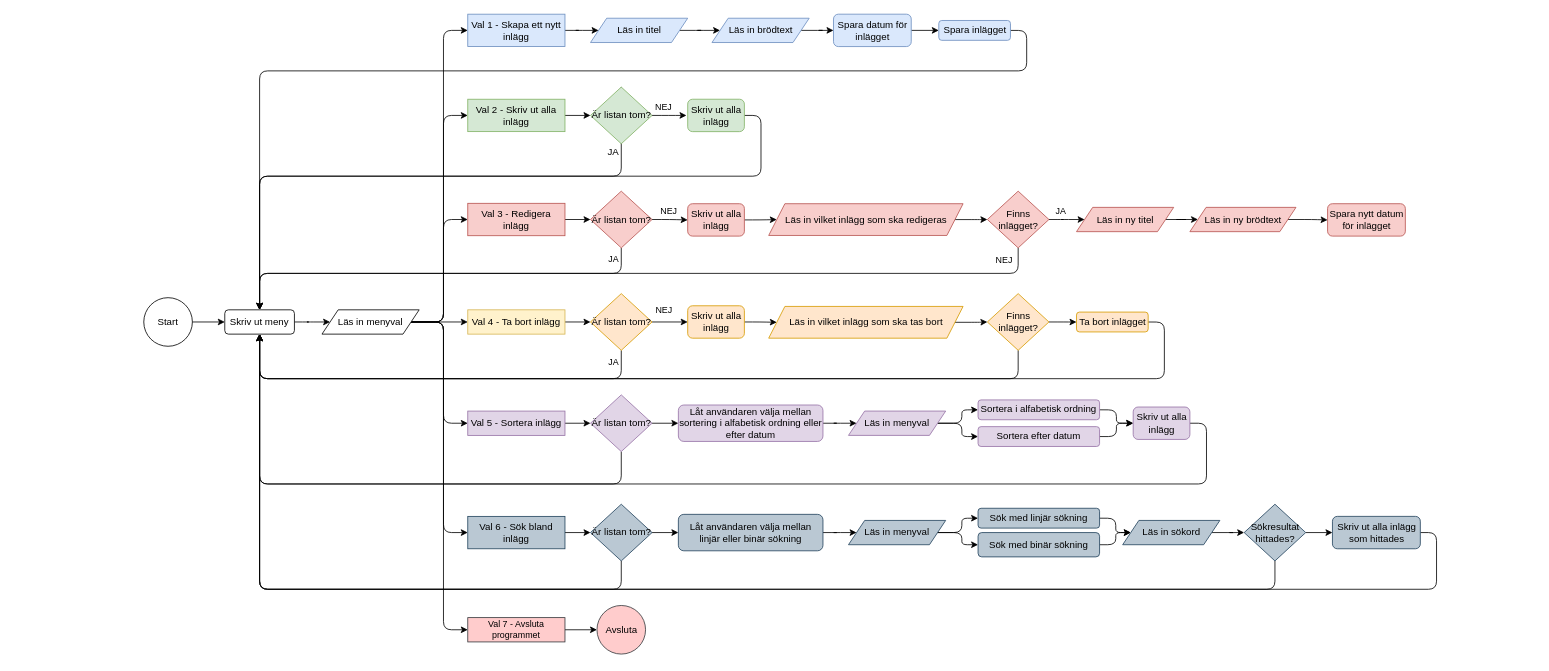
Before: Bloggen.drawio in JakeBow/shopping-list, a draw.io diagram. Source tidied: cells renumbered, new cells numbered last; positions are measured from the earlier drawing's top-left corner, leaving out a move shared by most shapes. Both pictures are drawn from the tidied source at 81%, with x=0, y=0 at pixel (143, 14).
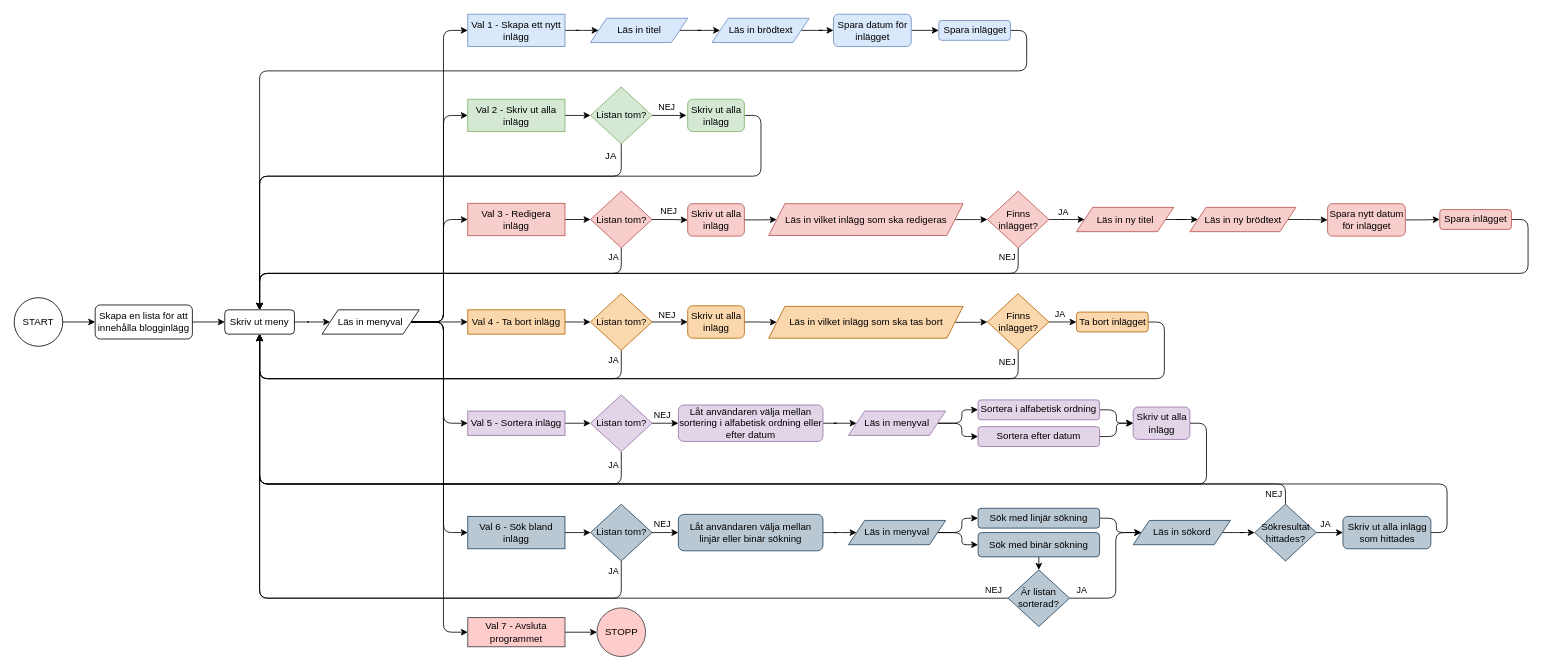
The same diagram, later.

Unchanged cells that the change refers to:
```xml
<mxCell id="3" value="Skriv ut meny" style="rounded=1;whiteSpace=wrap;html=1;fontSize=12;glass=0;strokeWidth=1;shadow=0;" parent="1" vertex="1">
  <mxGeometry x="100" y="365" width="86" height="30" as="geometry" />
</mxCell>
<mxCell id="93" value="Sök med binär sökning" style="rounded=1;whiteSpace=wrap;html=1;fillColor=#bac8d3;strokeColor=#23445d;" parent="1" vertex="1">
  <mxGeometry x="1030" y="640" width="150" height="30" as="geometry" />
</mxCell>
```

Diff of the diagram source:
```diff
@@
-    <mxCell id="4" style="edgeStyle=orthogonalEdgeStyle;shape=connector;curved=0;rounded=1;jettySize=auto;html=1;exitX=1;exitY=0.5;exitDx=0;exitDy=0;entryX=0;entryY=0.5;entryDx=0;entryDy=0;strokeColor=default;align=center;verticalAlign=middle;fontFamily=Helvetica;fontSize=11;fontColor=default;labelBackgroundColor=default;endArrow=classic;" parent="1" edge="1" source="5" target="3">
-      <mxGeometry relative="1" as="geometry" />
-    </mxCell>
+    <mxCell id="110" style="edgeStyle=orthogonalEdgeStyle;shape=connector;curved=0;rounded=1;jettySize=auto;html=1;exitX=1;exitY=0.5;exitDx=0;exitDy=0;entryX=0;entryY=0.5;entryDx=0;entryDy=0;strokeColor=default;align=center;verticalAlign=middle;fontFamily=Helvetica;fontSize=11;fontColor=default;labelBackgroundColor=default;endArrow=classic;" parent="1" edge="1" source="5" target="129">
+      <mxGeometry relative="1" as="geometry" />
+    </mxCell>
-    <mxCell id="5" value="Start" style="ellipse;whiteSpace=wrap;html=1;" parent="1" vertex="1">
-      <mxGeometry y="350" width="60" height="60" as="geometry" />
+    <mxCell id="5" value="START" style="ellipse;whiteSpace=wrap;html=1;" parent="1" vertex="1">
+      <mxGeometry x="-160" y="350" width="60" height="60" as="geometry" />
     </mxCell>
@@
-    <mxCell id="18" value="Är listan tom?" style="rhombus;whiteSpace=wrap;html=1;fillColor=#d5e8d4;strokeColor=#82b366;" parent="1" vertex="1">
+    <mxCell id="18" value="Listan tom?" style="rhombus;whiteSpace=wrap;html=1;fillColor=#d5e8d4;strokeColor=#82b366;" parent="1" vertex="1">
       <mxGeometry x="551.5" y="90" width="76" height="70" as="geometry" />
     </mxCell>
@@
     <mxCell id="27" value="&lt;font style=&quot;font-size: 12px;&quot;&gt;JA&lt;/font&gt;" style="text;html=1;align=center;verticalAlign=middle;whiteSpace=wrap;rounded=0;fontFamily=Helvetica;fontSize=11;fontColor=default;labelBackgroundColor=default;" parent="1" vertex="1">
-      <mxGeometry x="550" y="150" width="60" height="40" as="geometry" />
+      <mxGeometry x="547" y="155" width="60" height="40" as="geometry" />
     </mxCell>
     <mxCell id="28" value="NEJ" style="text;html=1;align=center;verticalAlign=middle;whiteSpace=wrap;rounded=0;fontFamily=Helvetica;fontSize=11;fontColor=default;labelBackgroundColor=default;" parent="1" vertex="1">
-      <mxGeometry x="611.5" y="105" width="60" height="20" as="geometry" />
+      <mxGeometry x="616" y="105" width="60" height="20" as="geometry" />
     </mxCell>
@@
-    <mxCell id="31" value="Är listan tom?" style="rhombus;whiteSpace=wrap;html=1;fillColor=#f8cecc;strokeColor=#b85450;" parent="1" vertex="1">
+    <mxCell id="31" value="Listan tom?" style="rhombus;whiteSpace=wrap;html=1;fillColor=#f8cecc;strokeColor=#b85450;" parent="1" vertex="1">
       <mxGeometry x="551.5" y="218.5" width="76" height="70" as="geometry" />
     </mxCell>
@@
-    <mxCell id="45" value="Skriv ut alla inlägg" style="rounded=1;whiteSpace=wrap;html=1;fillColor=#ffe6cc;strokeColor=#d79b00;" parent="1" vertex="1">
+    <mxCell id="45" value="Skriv ut alla inlägg" style="rounded=1;whiteSpace=wrap;html=1;fillColor=#fad7ac;strokeColor=#b46504;" parent="1" vertex="1">
       <mxGeometry x="671.5" y="360" width="70" height="40" as="geometry" />
     </mxCell>
+    <mxCell id="111" style="edgeStyle=orthogonalEdgeStyle;shape=connector;curved=0;rounded=1;jettySize=auto;html=1;exitX=1;exitY=0.5;exitDx=0;exitDy=0;entryX=0;entryY=0.5;entryDx=0;entryDy=0;strokeColor=default;align=center;verticalAlign=middle;fontFamily=Helvetica;fontSize=11;fontColor=default;labelBackgroundColor=default;endArrow=classic;" parent="1" edge="1" source="46" target="121">
+      <mxGeometry relative="1" as="geometry" />
+    </mxCell>
-    <mxCell id="46" value="Spara nytt datum för inlägget" style="rounded=1;whiteSpace=wrap;html=1;fillColor=#f8cecc;strokeColor=#b85450;" parent="1" vertex="1">
+    <mxCell id="46" value="Spara nytt datum för inlägget" style="rounded=1;whiteSpace=wrap;html=1;fillColor=#F8CECC;strokeColor=#b85450;" parent="1" vertex="1">
       <mxGeometry x="1461.5" y="234" width="96" height="40" as="geometry" />
     </mxCell>
@@
-    <mxCell id="48" value="&lt;font style=&quot;font-size: 12px;&quot;&gt;Val 4 - Ta bort inlägg&lt;br&gt;&lt;/font&gt;" style="rounded=0;whiteSpace=wrap;html=1;fontFamily=Helvetica;fontSize=11;labelBackgroundColor=none;fillColor=#fff2cc;strokeColor=#d6b656;" parent="1" vertex="1">
+    <mxCell id="48" value="&lt;font style=&quot;font-size: 12px;&quot;&gt;Val 4 - Ta bort inlägg&lt;br&gt;&lt;/font&gt;" style="rounded=0;whiteSpace=wrap;html=1;fontFamily=Helvetica;fontSize=11;labelBackgroundColor=none;fillColor=#fad7ac;strokeColor=#b46504;" parent="1" vertex="1">
       <mxGeometry x="400" y="365" width="120" height="30" as="geometry" />
     </mxCell>
@@
-    <mxCell id="51" value="Är listan tom?" style="rhombus;whiteSpace=wrap;html=1;fillColor=#ffe6cc;strokeColor=#d79b00;" parent="1" vertex="1">
+    <mxCell id="51" value="Listan tom?" style="rhombus;whiteSpace=wrap;html=1;fillColor=#fad7ac;strokeColor=#b46504;" parent="1" vertex="1">
       <mxGeometry x="551.5" y="345" width="76" height="70" as="geometry" />
     </mxCell>
@@
-    <mxCell id="55" value="Läs in vilket inlägg som ska tas bort" style="shape=parallelogram;perimeter=parallelogramPerimeter;whiteSpace=wrap;html=1;fixedSize=1;fillColor=#ffe6cc;strokeColor=#d79b00;" parent="1" vertex="1">
+    <mxCell id="55" value="Läs in vilket inlägg som ska tas bort" style="shape=parallelogram;perimeter=parallelogramPerimeter;whiteSpace=wrap;html=1;fixedSize=1;fillColor=#fad7ac;strokeColor=#b46504;" parent="1" vertex="1">
       <mxGeometry x="771.5" y="360.8" width="240" height="39.2" as="geometry" />
     </mxCell>
@@
-    <mxCell id="58" value="Finns inlägget?" style="rhombus;whiteSpace=wrap;html=1;fillColor=#ffe6cc;strokeColor=#d79b00;" parent="1" vertex="1">
+    <mxCell id="58" value="Finns inlägget?" style="rhombus;whiteSpace=wrap;html=1;fillColor=#fad7ac;strokeColor=#b46504;" parent="1" vertex="1">
       <mxGeometry x="1041.5" y="345" width="76" height="70" as="geometry" />
     </mxCell>
@@
-    <mxCell id="63" value="Ta bort inlägget" style="rounded=1;whiteSpace=wrap;html=1;fillColor=#ffe6cc;strokeColor=#d79b00;" parent="1" vertex="1">
+    <mxCell id="63" value="Ta bort inlägget" style="rounded=1;whiteSpace=wrap;html=1;fillColor=#fad7ac;strokeColor=#b46504;" parent="1" vertex="1">
       <mxGeometry x="1151.5" y="367.8" width="88.5" height="24.5" as="geometry" />
     </mxCell>
@@
-    <mxCell id="68" value="Är listan tom?" style="rhombus;whiteSpace=wrap;html=1;fillColor=#e1d5e7;strokeColor=#9673a6;" parent="1" vertex="1">
+    <mxCell id="68" value="Listan tom?" style="rhombus;whiteSpace=wrap;html=1;fillColor=#e1d5e7;strokeColor=#9673a6;" parent="1" vertex="1">
       <mxGeometry x="551.5" y="470" width="76" height="70" as="geometry" />
     </mxCell>
@@
     <mxCell id="82" style="edgeStyle=orthogonalEdgeStyle;shape=connector;curved=0;rounded=1;jettySize=auto;html=1;exitX=0.5;exitY=1;exitDx=0;exitDy=0;entryX=0.5;entryY=1;entryDx=0;entryDy=0;strokeColor=default;align=center;verticalAlign=middle;fontFamily=Helvetica;fontSize=11;fontColor=default;labelBackgroundColor=default;endArrow=classic;" parent="1" edge="1" source="84" target="3">
       <mxGeometry relative="1" as="geometry">
         <Array as="points">
-          <mxPoint x="590" y="710" />
-          <mxPoint x="143" y="710" />
+          <mxPoint x="590" y="721" />
+          <mxPoint x="143" y="721" />
         </Array>
       </mxGeometry>
     </mxCell>
@@
-    <mxCell id="84" value="Är listan tom?" style="rhombus;whiteSpace=wrap;html=1;fillColor=#bac8d3;strokeColor=#23445d;" parent="1" vertex="1">
+    <mxCell id="84" value="Listan tom?" style="rhombus;whiteSpace=wrap;html=1;fillColor=#bac8d3;strokeColor=#23445d;" parent="1" vertex="1">
       <mxGeometry x="551.5" y="605" width="76" height="70" as="geometry" />
     </mxCell>
@@
-    <mxCell id="92" style="edgeStyle=orthogonalEdgeStyle;shape=connector;curved=0;rounded=1;jettySize=auto;html=1;exitX=1;exitY=0.5;exitDx=0;exitDy=0;entryX=0;entryY=0.5;entryDx=0;entryDy=0;strokeColor=default;align=center;verticalAlign=middle;fontFamily=Helvetica;fontSize=11;fontColor=default;labelBackgroundColor=default;endArrow=classic;" parent="1" edge="1" source="93" target="100">
-      <mxGeometry relative="1" as="geometry" />
-    </mxCell>
+    <mxCell id="112" style="edgeStyle=orthogonalEdgeStyle;shape=connector;curved=0;rounded=1;jettySize=auto;html=1;exitX=0.5;exitY=1;exitDx=0;exitDy=0;entryX=0.5;entryY=0;entryDx=0;entryDy=0;strokeColor=default;align=center;verticalAlign=middle;fontFamily=Helvetica;fontSize=11;fontColor=default;labelBackgroundColor=default;endArrow=classic;" parent="1" edge="1" source="93" target="124">
+      <mxGeometry relative="1" as="geometry" />
+    </mxCell>
@@
     <mxCell id="95" style="edgeStyle=orthogonalEdgeStyle;shape=connector;curved=0;rounded=1;jettySize=auto;html=1;exitX=0.5;exitY=1;exitDx=0;exitDy=0;entryX=0.5;entryY=1;entryDx=0;entryDy=0;strokeColor=default;align=center;verticalAlign=middle;fontFamily=Helvetica;fontSize=11;fontColor=default;labelBackgroundColor=default;endArrow=classic;" parent="1" edge="1" source="96" target="3">
       <mxGeometry relative="1" as="geometry">
         <Array as="points">
-          <mxPoint x="1397" y="710" />
-          <mxPoint x="143" y="710" />
+          <mxPoint x="1409" y="580" />
+          <mxPoint x="143" y="580" />
         </Array>
       </mxGeometry>
     </mxCell>
     <mxCell id="96" value="Sökresultat hittades?" style="rhombus;whiteSpace=wrap;html=1;fillColor=#bac8d3;strokeColor=#23445d;" parent="1" vertex="1">
-      <mxGeometry x="1358.5" y="605" width="76" height="70" as="geometry" />
+      <mxGeometry x="1371.5" y="605" width="76" height="70" as="geometry" />
     </mxCell>
     <mxCell id="97" style="edgeStyle=orthogonalEdgeStyle;shape=connector;curved=0;rounded=1;jettySize=auto;html=1;exitX=1;exitY=0.5;exitDx=0;exitDy=0;entryX=0.5;entryY=1;entryDx=0;entryDy=0;strokeColor=default;align=center;verticalAlign=middle;fontFamily=Helvetica;fontSize=11;fontColor=default;labelBackgroundColor=default;endArrow=classic;" parent="1" edge="1" source="98" target="3">
       <mxGeometry relative="1" as="geometry">
         <Array as="points">
-          <mxPoint x="1596" y="640" />
-          <mxPoint x="1596" y="710" />
-          <mxPoint x="143" y="710" />
+          <mxPoint x="1609" y="640" />
+          <mxPoint x="1609" y="580" />
+          <mxPoint x="143" y="580" />
         </Array>
       </mxGeometry>
     </mxCell>
     <mxCell id="98" value="Skriv ut alla inlägg som hittades" style="rounded=1;whiteSpace=wrap;html=1;fillColor=#bac8d3;strokeColor=#23445d;" parent="1" vertex="1">
-      <mxGeometry x="1467.5" y="620" width="108.5" height="40" as="geometry" />
+      <mxGeometry x="1480.5" y="620" width="108.5" height="40" as="geometry" />
     </mxCell>
@@
     <mxCell id="100" value="Läs in sökord" style="shape=parallelogram;perimeter=parallelogramPerimeter;whiteSpace=wrap;html=1;fixedSize=1;fillColor=#bac8d3;strokeColor=#23445d;" parent="1" vertex="1">
-      <mxGeometry x="1208.5" y="625" width="120" height="30" as="geometry" />
+      <mxGeometry x="1221.5" y="625" width="120" height="30" as="geometry" />
     </mxCell>
@@
-    <mxCell id="102" value="Val 7 - Avsluta programmet" style="rounded=0;whiteSpace=wrap;html=1;fontFamily=Helvetica;fontSize=11;labelBackgroundColor=none;fillColor=#ffcccc;strokeColor=#36393d;" parent="1" vertex="1">
-      <mxGeometry x="400" y="745" width="120" height="30" as="geometry" />
+    <mxCell id="102" value="&lt;font style=&quot;font-size: 12px;&quot;&gt;Val 7 - Avsluta programmet&lt;/font&gt;" style="rounded=0;whiteSpace=wrap;html=1;fontFamily=Helvetica;fontSize=11;labelBackgroundColor=none;fillColor=#ffcccc;strokeColor=#36393d;" parent="1" vertex="1">
+      <mxGeometry x="400" y="745" width="120" height="36" as="geometry" />
     </mxCell>
-    <mxCell id="103" value="Avsluta" style="ellipse;whiteSpace=wrap;html=1;fillColor=#ffcccc;strokeColor=#36393d;" parent="1" vertex="1">
-      <mxGeometry x="559.5" y="730" width="60" height="60" as="geometry" />
+    <mxCell id="103" value="STOPP" style="ellipse;whiteSpace=wrap;html=1;fillColor=#ffcccc;strokeColor=#36393d;" parent="1" vertex="1">
+      <mxGeometry x="559.5" y="733" width="60" height="60" as="geometry" />
     </mxCell>
     <mxCell id="104" value="JA" style="text;html=1;align=center;verticalAlign=middle;strokeColor=none;fillColor=none;fontFamily=Helvetica;fontSize=11;fontColor=default;labelBackgroundColor=default;" parent="1" vertex="1">
-      <mxGeometry x="560" y="288" width="40" height="30" as="geometry" />
+      <mxGeometry x="559.5" y="285" width="40" height="30" as="geometry" />
     </mxCell>
@@
     <mxCell id="106" value="&lt;div&gt;NEJ&lt;/div&gt;" style="text;html=1;align=center;verticalAlign=middle;strokeColor=none;fillColor=none;fontFamily=Helvetica;fontSize=11;fontColor=default;labelBackgroundColor=default;" parent="1" vertex="1">
-      <mxGeometry x="1041.5" y="288.5" width="40" height="30" as="geometry" />
+      <mxGeometry x="1046" y="285" width="40" height="30" as="geometry" />
     </mxCell>
     <mxCell id="107" value="JA" style="text;html=1;align=center;verticalAlign=middle;strokeColor=none;fillColor=none;fontFamily=Helvetica;fontSize=11;fontColor=default;labelBackgroundColor=default;" parent="1" vertex="1">
-      <mxGeometry x="1111.5" y="228" width="40" height="30" as="geometry" />
+      <mxGeometry x="1115" y="230" width="40" height="30" as="geometry" />
     </mxCell>
     <mxCell id="108" value="JA" style="text;html=1;align=center;verticalAlign=middle;strokeColor=none;fillColor=none;fontFamily=Helvetica;fontSize=11;fontColor=default;labelBackgroundColor=default;" parent="1" vertex="1">
-      <mxGeometry x="559.5" y="415" width="40" height="30" as="geometry" />
+      <mxGeometry x="559.5" y="412" width="40" height="30" as="geometry" />
     </mxCell>
     <mxCell id="109" value="NEJ" style="text;html=1;align=center;verticalAlign=middle;strokeColor=none;fillColor=none;fontFamily=Helvetica;fontSize=11;fontColor=default;labelBackgroundColor=default;" parent="1" vertex="1">
-      <mxGeometry x="621.5" y="350" width="40" height="30" as="geometry" />
+      <mxGeometry x="626" y="357" width="40" height="30" as="geometry" />
     </mxCell>
+    <mxCell id="113" value="NEJ" style="text;html=1;align=center;verticalAlign=middle;strokeColor=none;fillColor=none;fontFamily=Helvetica;fontSize=11;fontColor=default;labelBackgroundColor=default;" parent="1" vertex="1">
+      <mxGeometry x="622" y="482.5" width="36" height="25" as="geometry" />
+    </mxCell>
+    <mxCell id="114" value="JA" style="text;html=1;align=center;verticalAlign=middle;strokeColor=none;fillColor=none;fontFamily=Helvetica;fontSize=11;fontColor=default;labelBackgroundColor=default;" parent="1" vertex="1">
+      <mxGeometry x="564" y="544" width="31" height="25" as="geometry" />
+    </mxCell>
+    <mxCell id="115" value="NEJ" style="text;html=1;align=center;verticalAlign=middle;strokeColor=none;fillColor=none;fontFamily=Helvetica;fontSize=11;fontColor=default;labelBackgroundColor=default;" parent="1" vertex="1">
+      <mxGeometry x="622" y="617.5" width="36" height="25" as="geometry" />
+    </mxCell>
+    <mxCell id="116" value="JA" style="text;html=1;align=center;verticalAlign=middle;strokeColor=none;fillColor=none;fontFamily=Helvetica;fontSize=11;fontColor=default;labelBackgroundColor=default;" parent="1" vertex="1">
+      <mxGeometry x="564" y="675" width="31" height="25" as="geometry" />
+    </mxCell>
+    <mxCell id="117" value="NEJ" style="text;html=1;align=center;verticalAlign=middle;strokeColor=none;fillColor=none;fontFamily=Helvetica;fontSize=11;fontColor=default;labelBackgroundColor=default;" parent="1" vertex="1">
+      <mxGeometry x="1048" y="417" width="36" height="25" as="geometry" />
+    </mxCell>
+    <mxCell id="118" value="JA" style="text;html=1;align=center;verticalAlign=middle;strokeColor=none;fillColor=none;fontFamily=Helvetica;fontSize=11;fontColor=default;labelBackgroundColor=default;" parent="1" vertex="1">
+      <mxGeometry x="1115" y="357" width="31" height="25" as="geometry" />
+    </mxCell>
+    <mxCell id="119" value="JA" style="text;html=1;align=center;verticalAlign=middle;strokeColor=none;fillColor=none;fontFamily=Helvetica;fontSize=11;fontColor=default;labelBackgroundColor=default;" parent="1" vertex="1">
+      <mxGeometry x="1443.5" y="617.5" width="31" height="25" as="geometry" />
+    </mxCell>
+    <mxCell id="120" style="edgeStyle=orthogonalEdgeStyle;shape=connector;curved=0;rounded=1;jettySize=auto;html=1;exitX=1;exitY=0.5;exitDx=0;exitDy=0;entryX=0.5;entryY=0;entryDx=0;entryDy=0;strokeColor=default;align=center;verticalAlign=middle;fontFamily=Helvetica;fontSize=11;fontColor=default;labelBackgroundColor=default;endArrow=classic;" parent="1" edge="1" source="121" target="3">
+      <mxGeometry relative="1" as="geometry">
+        <Array as="points">
+          <mxPoint x="1709" y="254" />
+          <mxPoint x="1709" y="320" />
+          <mxPoint x="143" y="320" />
+        </Array>
+      </mxGeometry>
+    </mxCell>
+    <mxCell id="121" value="Spara inlägget" style="rounded=1;whiteSpace=wrap;html=1;fillColor=#f8cecc;strokeColor=#b85450;" parent="1" vertex="1">
+      <mxGeometry x="1600" y="241.2" width="88.5" height="24.5" as="geometry" />
+    </mxCell>
+    <mxCell id="122" style="edgeStyle=orthogonalEdgeStyle;shape=connector;curved=0;rounded=1;jettySize=auto;html=1;exitX=0;exitY=0.5;exitDx=0;exitDy=0;entryX=0.5;entryY=1;entryDx=0;entryDy=0;strokeColor=default;align=center;verticalAlign=middle;fontFamily=Helvetica;fontSize=11;fontColor=default;labelBackgroundColor=default;endArrow=classic;" parent="1" edge="1" source="124" target="3">
+      <mxGeometry relative="1" as="geometry">
+        <Array as="points">
+          <mxPoint x="1067" y="721" />
+          <mxPoint x="143" y="721" />
+        </Array>
+      </mxGeometry>
+    </mxCell>
+    <mxCell id="123" style="edgeStyle=orthogonalEdgeStyle;shape=connector;curved=0;rounded=1;jettySize=auto;html=1;exitX=1;exitY=0.5;exitDx=0;exitDy=0;entryX=0;entryY=0.5;entryDx=0;entryDy=0;strokeColor=default;align=center;verticalAlign=middle;fontFamily=Helvetica;fontSize=11;fontColor=default;labelBackgroundColor=default;endArrow=classic;" parent="1" edge="1" source="124" target="100">
+      <mxGeometry relative="1" as="geometry">
+        <Array as="points">
+          <mxPoint x="1200" y="721" />
+          <mxPoint x="1200" y="640" />
+        </Array>
+      </mxGeometry>
+    </mxCell>
+    <mxCell id="124" value="Är listan sorterad?" style="rhombus;whiteSpace=wrap;html=1;fillColor=#bac8d3;strokeColor=#23445d;" parent="1" vertex="1">
+      <mxGeometry x="1067" y="686" width="76" height="70" as="geometry" />
+    </mxCell>
+    <mxCell id="125" value="NEJ" style="text;html=1;align=center;verticalAlign=middle;strokeColor=none;fillColor=none;fontFamily=Helvetica;fontSize=11;fontColor=default;labelBackgroundColor=default;" parent="1" vertex="1">
+      <mxGeometry x="1030" y="698" width="37" height="25" as="geometry" />
+    </mxCell>
+    <mxCell id="126" value="JA" style="text;html=1;align=center;verticalAlign=middle;strokeColor=none;fillColor=none;fontFamily=Helvetica;fontSize=11;fontColor=default;labelBackgroundColor=default;" parent="1" vertex="1">
+      <mxGeometry x="1143" y="698" width="30" height="25" as="geometry" />
+    </mxCell>
+    <mxCell id="127" value="NEJ" style="text;html=1;align=center;verticalAlign=middle;strokeColor=none;fillColor=none;fontFamily=Helvetica;fontSize=11;fontColor=default;labelBackgroundColor=default;" parent="1" vertex="1">
+      <mxGeometry x="1376" y="580" width="37" height="25" as="geometry" />
+    </mxCell>
+    <mxCell id="128" style="edgeStyle=orthogonalEdgeStyle;shape=connector;curved=0;rounded=1;jettySize=auto;html=1;exitX=1;exitY=0.5;exitDx=0;exitDy=0;entryX=0;entryY=0.5;entryDx=0;entryDy=0;strokeColor=default;align=center;verticalAlign=middle;fontFamily=Helvetica;fontSize=11;fontColor=default;labelBackgroundColor=default;endArrow=classic;" parent="1" edge="1" source="129" target="3">
+      <mxGeometry relative="1" as="geometry" />
+    </mxCell>
+    <mxCell id="129" value="Skapa en lista för att innehålla blogginlägg" style="rounded=1;whiteSpace=wrap;html=1;fontSize=12;glass=0;strokeWidth=1;shadow=0;" parent="1" vertex="1">
+      <mxGeometry x="-60" y="359" width="120" height="42" as="geometry" />
+    </mxCell>
```
